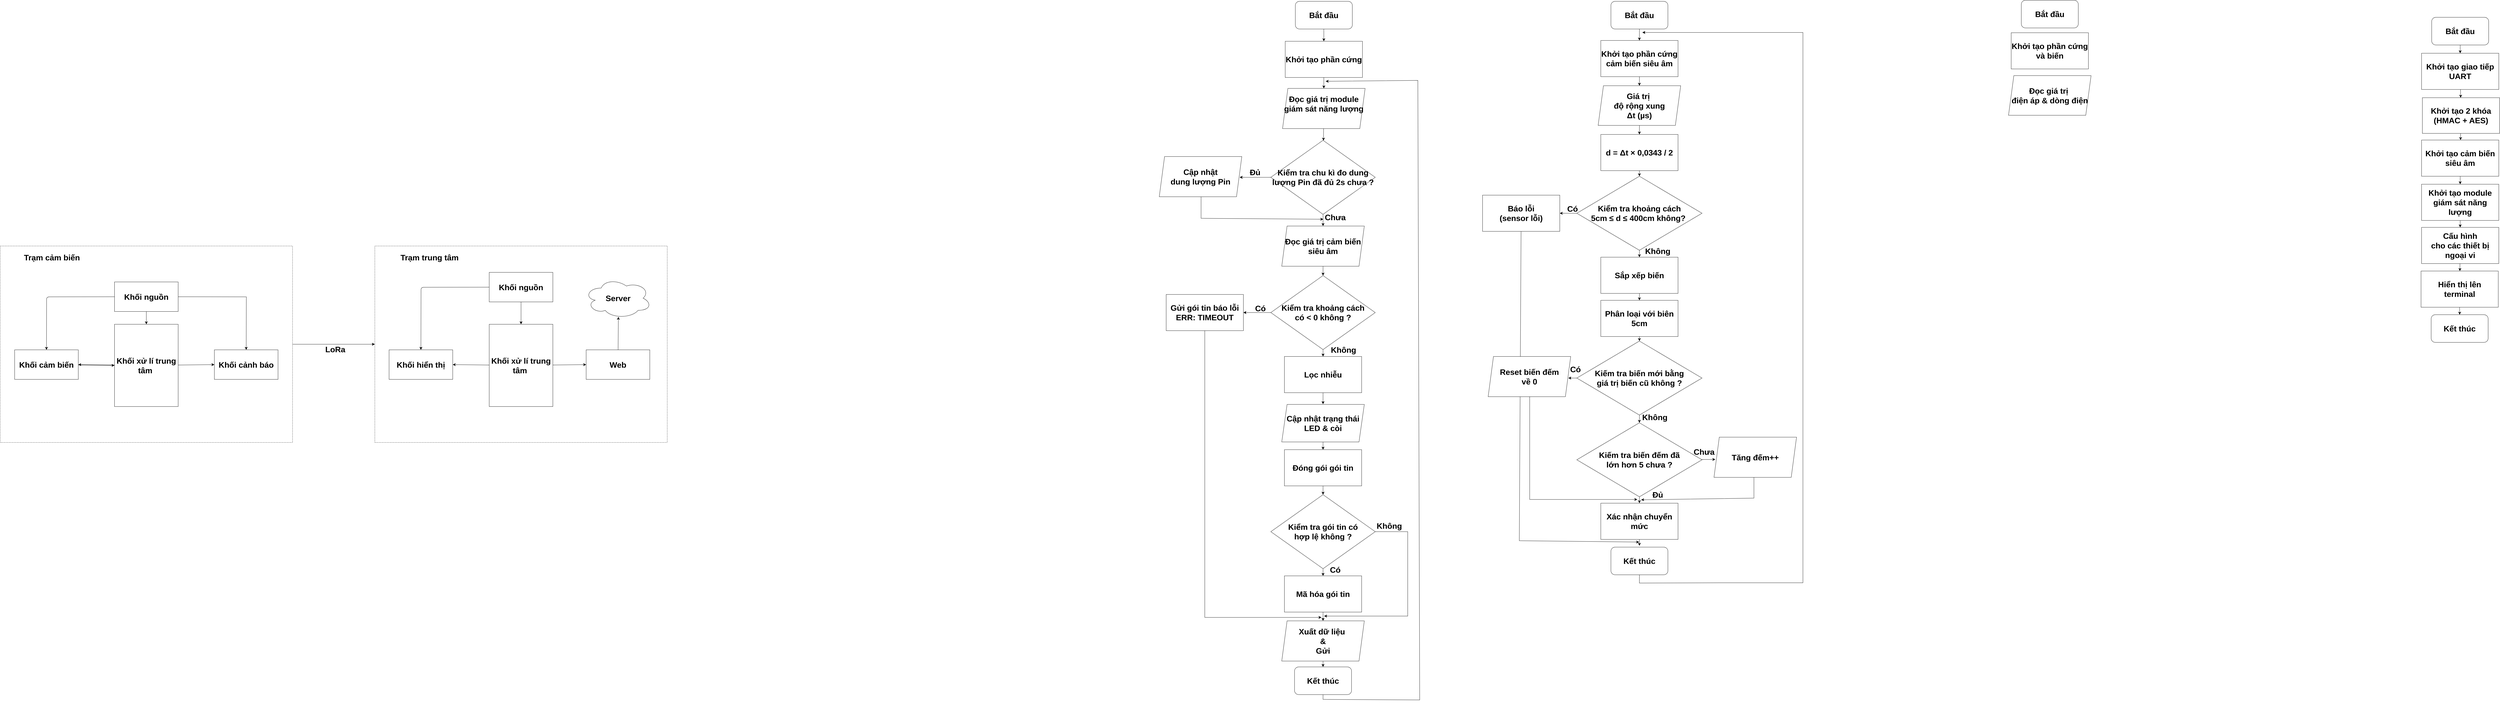
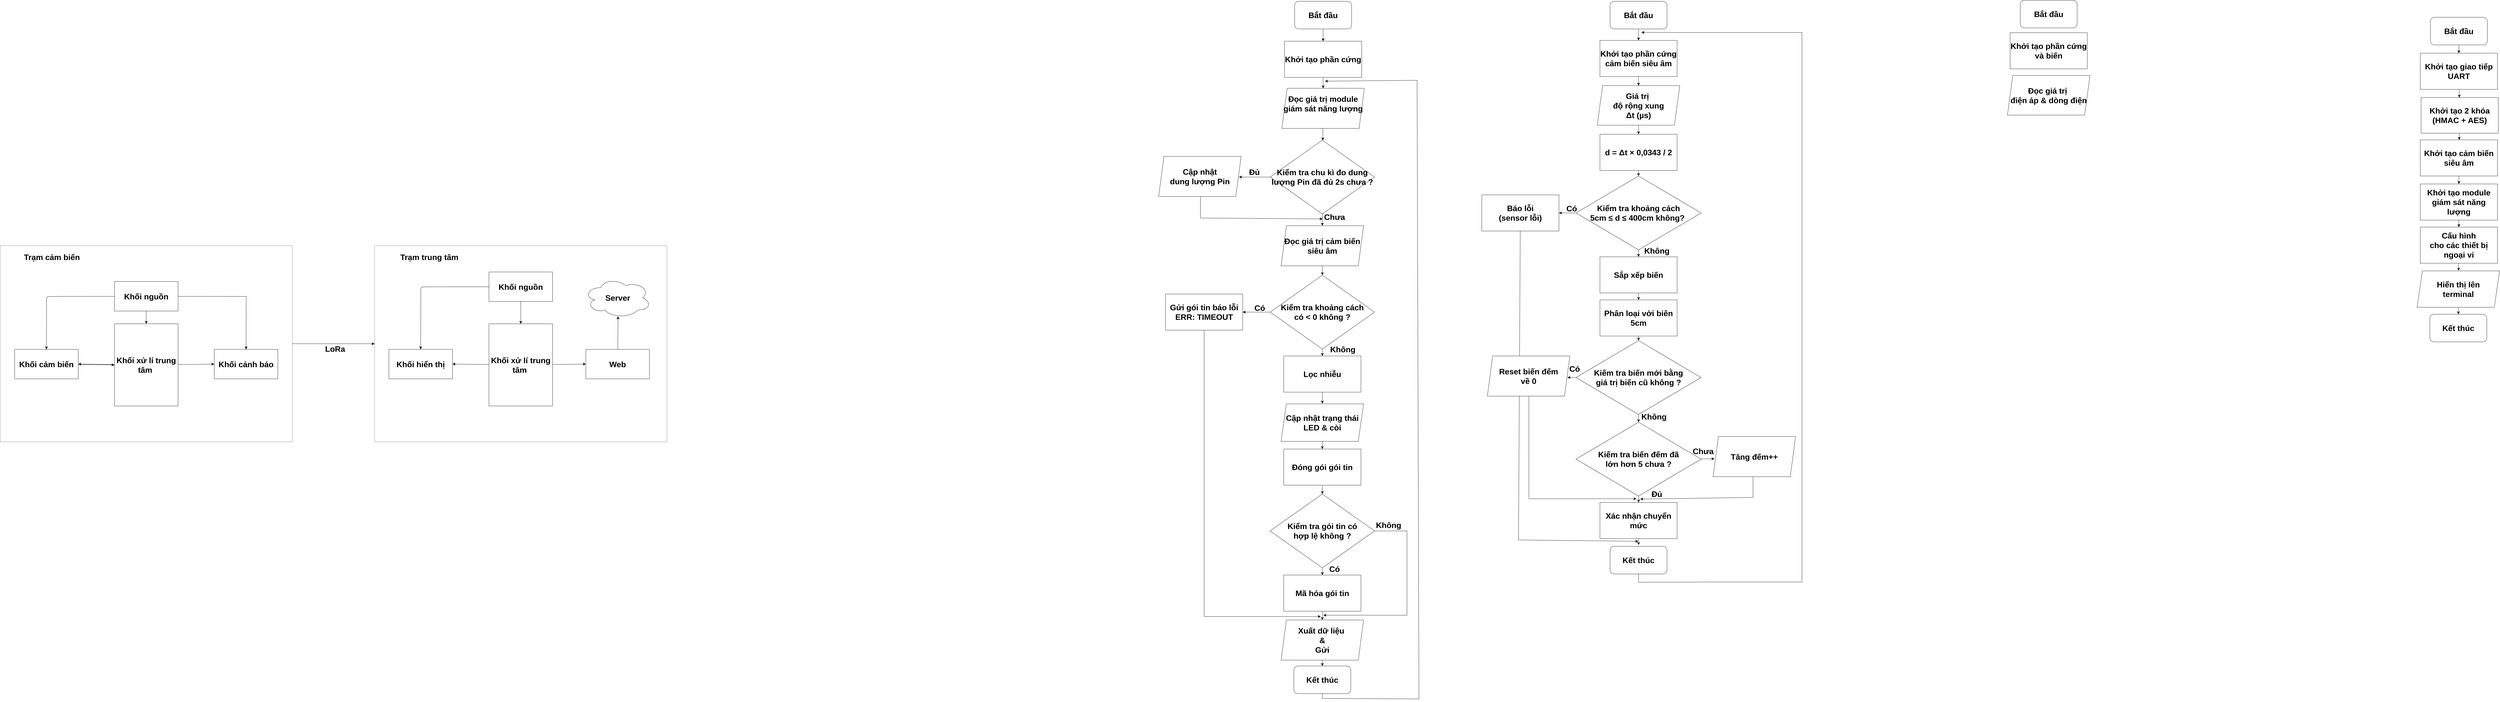
<mxfile host="app.diagrams.net">
  <diagram name="Page-1" id="Xzzm8pSJ2Ty5PO-fjyCe">
-     <mxGraphModel dx="2571" dy="1445" grid="0" gridSize="10" guides="1" tooltips="1" connect="1" arrows="1" fold="1" page="1" pageScale="1" pageWidth="4681" pageHeight="3300" math="0" shadow="0">
+     <mxGraphModel dx="1885" dy="1060" grid="0" gridSize="10" guides="1" tooltips="1" connect="1" arrows="1" fold="1" page="1" pageScale="1" pageWidth="4681" pageHeight="3300" math="0" shadow="0">
      <root>
        <mxCell id="0" />
        <mxCell id="1" parent="0" />
        <mxCell id="aMmJWWC9FcH2sZLkuJds-26" parent="1" style="rounded=0;whiteSpace=wrap;html=1;dashed=1;fontStyle=1;fontSize=30;" value="" vertex="1">
          <mxGeometry height="738" width="1098" x="1887.5" y="1122" as="geometry" />
        </mxCell>
        <mxCell id="aMmJWWC9FcH2sZLkuJds-31" edge="1" parent="1" source="aMmJWWC9FcH2sZLkuJds-25" style="edgeStyle=none;curved=1;rounded=0;orthogonalLoop=1;jettySize=auto;html=1;entryX=0;entryY=0.5;entryDx=0;entryDy=0;fontSize=30;startSize=8;endSize=8;fontStyle=1" target="aMmJWWC9FcH2sZLkuJds-26">
          <mxGeometry relative="1" as="geometry" />
        </mxCell>
        <mxCell id="aMmJWWC9FcH2sZLkuJds-25" parent="1" style="rounded=0;whiteSpace=wrap;html=1;dashed=1;fontStyle=1;fontSize=30;" value="" vertex="1">
          <mxGeometry height="738" width="1098" x="480.5" y="1122" as="geometry" />
        </mxCell>
        <mxCell id="aMmJWWC9FcH2sZLkuJds-12" edge="1" parent="1" source="aMmJWWC9FcH2sZLkuJds-1" style="edgeStyle=none;curved=1;rounded=0;orthogonalLoop=1;jettySize=auto;html=1;entryX=0;entryY=0.5;entryDx=0;entryDy=0;fontSize=30;startSize=8;endSize=8;fontStyle=1" target="aMmJWWC9FcH2sZLkuJds-5">
          <mxGeometry relative="1" as="geometry" />
        </mxCell>
        <mxCell id="aMmJWWC9FcH2sZLkuJds-13" edge="1" parent="1" source="aMmJWWC9FcH2sZLkuJds-1" style="edgeStyle=none;curved=1;rounded=0;orthogonalLoop=1;jettySize=auto;html=1;entryX=1;entryY=0.5;entryDx=0;entryDy=0;fontSize=30;startSize=8;endSize=8;fontStyle=1" target="aMmJWWC9FcH2sZLkuJds-4">
          <mxGeometry relative="1" as="geometry" />
        </mxCell>
        <mxCell id="aMmJWWC9FcH2sZLkuJds-1" parent="1" style="rounded=0;whiteSpace=wrap;html=1;fontStyle=1;fontSize=30;" value="&lt;font&gt;Khối xử lí trung tâm&amp;nbsp;&lt;/font&gt;" vertex="1">
          <mxGeometry height="309" width="239" x="910" y="1416" as="geometry" />
        </mxCell>
        <mxCell id="aMmJWWC9FcH2sZLkuJds-8" edge="1" parent="1" source="aMmJWWC9FcH2sZLkuJds-2" style="edgeStyle=none;curved=0;rounded=1;orthogonalLoop=1;jettySize=auto;html=1;entryX=0.5;entryY=0;entryDx=0;entryDy=0;fontSize=30;startSize=8;endSize=8;fontStyle=1" target="aMmJWWC9FcH2sZLkuJds-4">
          <mxGeometry relative="1" as="geometry">
            <Array as="points">
              <mxPoint x="655" y="1313" />
            </Array>
          </mxGeometry>
        </mxCell>
        <mxCell id="aMmJWWC9FcH2sZLkuJds-9" edge="1" parent="1" source="aMmJWWC9FcH2sZLkuJds-2" style="edgeStyle=none;curved=1;rounded=0;orthogonalLoop=1;jettySize=auto;html=1;entryX=0.5;entryY=0;entryDx=0;entryDy=0;fontSize=30;startSize=8;endSize=8;fontStyle=1" target="aMmJWWC9FcH2sZLkuJds-1">
          <mxGeometry relative="1" as="geometry" />
        </mxCell>
        <mxCell id="aMmJWWC9FcH2sZLkuJds-10" edge="1" parent="1" source="aMmJWWC9FcH2sZLkuJds-2" style="edgeStyle=none;curved=0;rounded=0;orthogonalLoop=1;jettySize=auto;html=1;entryX=0.5;entryY=0;entryDx=0;entryDy=0;fontSize=30;startSize=8;endSize=8;fontStyle=1" target="aMmJWWC9FcH2sZLkuJds-5">
          <mxGeometry relative="1" as="geometry">
            <Array as="points">
              <mxPoint x="1405" y="1313" />
            </Array>
          </mxGeometry>
        </mxCell>
        <mxCell id="aMmJWWC9FcH2sZLkuJds-2" parent="1" style="rounded=0;whiteSpace=wrap;html=1;fontStyle=1;fontSize=30;" value="&lt;font&gt;Khối nguồn&lt;/font&gt;" vertex="1">
          <mxGeometry height="111" width="239" x="910" y="1257" as="geometry" />
        </mxCell>
        <mxCell id="aMmJWWC9FcH2sZLkuJds-11" edge="1" parent="1" source="aMmJWWC9FcH2sZLkuJds-4" style="edgeStyle=none;curved=1;rounded=0;orthogonalLoop=1;jettySize=auto;html=1;entryX=0;entryY=0.5;entryDx=0;entryDy=0;fontSize=30;startSize=8;endSize=8;fontStyle=1" target="aMmJWWC9FcH2sZLkuJds-1">
          <mxGeometry relative="1" as="geometry" />
        </mxCell>
        <mxCell id="aMmJWWC9FcH2sZLkuJds-4" parent="1" style="rounded=0;whiteSpace=wrap;html=1;fontStyle=1;fontSize=30;" value="&lt;font&gt;Khối cảm biến&lt;/font&gt;" vertex="1">
          <mxGeometry height="111" width="239" x="535" y="1512" as="geometry" />
        </mxCell>
        <mxCell id="aMmJWWC9FcH2sZLkuJds-5" parent="1" style="rounded=0;whiteSpace=wrap;html=1;fontStyle=1;fontSize=30;" value="&lt;font&gt;Khối cảnh báo&lt;/font&gt;" vertex="1">
          <mxGeometry height="111" width="239" x="1285" y="1512" as="geometry" />
        </mxCell>
        <mxCell id="aMmJWWC9FcH2sZLkuJds-19" edge="1" parent="1" source="aMmJWWC9FcH2sZLkuJds-14" style="edgeStyle=none;curved=1;rounded=0;orthogonalLoop=1;jettySize=auto;html=1;entryX=1;entryY=0.5;entryDx=0;entryDy=0;fontSize=30;startSize=8;endSize=8;fontStyle=1" target="aMmJWWC9FcH2sZLkuJds-16">
          <mxGeometry relative="1" as="geometry" />
        </mxCell>
        <mxCell id="aMmJWWC9FcH2sZLkuJds-20" edge="1" parent="1" source="aMmJWWC9FcH2sZLkuJds-14" style="edgeStyle=none;curved=1;rounded=0;orthogonalLoop=1;jettySize=auto;html=1;entryX=0;entryY=0.5;entryDx=0;entryDy=0;fontSize=30;startSize=8;endSize=8;fontStyle=1" target="aMmJWWC9FcH2sZLkuJds-18">
          <mxGeometry relative="1" as="geometry" />
        </mxCell>
        <mxCell id="aMmJWWC9FcH2sZLkuJds-14" parent="1" style="rounded=0;whiteSpace=wrap;html=1;fontStyle=1;fontSize=30;" value="&lt;font&gt;Khối xử lí trung tâm&amp;nbsp;&lt;/font&gt;" vertex="1">
          <mxGeometry height="309" width="239" x="2317" y="1416" as="geometry" />
        </mxCell>
        <mxCell id="aMmJWWC9FcH2sZLkuJds-21" edge="1" parent="1" source="aMmJWWC9FcH2sZLkuJds-15" style="edgeStyle=none;curved=1;rounded=0;orthogonalLoop=1;jettySize=auto;html=1;entryX=0.5;entryY=0;entryDx=0;entryDy=0;fontSize=30;startSize=8;endSize=8;fontStyle=1" target="aMmJWWC9FcH2sZLkuJds-14">
          <mxGeometry relative="1" as="geometry" />
        </mxCell>
        <mxCell id="aMmJWWC9FcH2sZLkuJds-22" edge="1" parent="1" source="aMmJWWC9FcH2sZLkuJds-15" style="edgeStyle=none;curved=0;rounded=1;orthogonalLoop=1;jettySize=auto;html=1;entryX=0.5;entryY=0;entryDx=0;entryDy=0;fontSize=30;startSize=8;endSize=8;fontStyle=1" target="aMmJWWC9FcH2sZLkuJds-16">
          <mxGeometry relative="1" as="geometry">
            <Array as="points">
              <mxPoint x="2061" y="1277" />
            </Array>
          </mxGeometry>
        </mxCell>
        <mxCell id="aMmJWWC9FcH2sZLkuJds-15" parent="1" style="rounded=0;whiteSpace=wrap;html=1;fontStyle=1;fontSize=30;" value="&lt;font&gt;Khối nguồn&lt;/font&gt;" vertex="1">
          <mxGeometry height="111" width="239" x="2317" y="1221" as="geometry" />
        </mxCell>
        <mxCell id="aMmJWWC9FcH2sZLkuJds-16" parent="1" style="rounded=0;whiteSpace=wrap;html=1;fontStyle=1;fontSize=30;" value="&lt;font&gt;Khối hiển thị&lt;/font&gt;" vertex="1">
          <mxGeometry height="111" width="239" x="1941" y="1512" as="geometry" />
        </mxCell>
        <mxCell id="aMmJWWC9FcH2sZLkuJds-18" parent="1" style="rounded=0;whiteSpace=wrap;html=1;fontStyle=1;fontSize=30;" value="&lt;span&gt;Web&lt;/span&gt;" vertex="1">
          <mxGeometry height="111" width="239" x="2681" y="1512" as="geometry" />
        </mxCell>
        <mxCell id="aMmJWWC9FcH2sZLkuJds-23" parent="1" style="ellipse;shape=cloud;whiteSpace=wrap;html=1;fontStyle=1;fontSize=30;" value="&lt;span&gt;Server&lt;/span&gt;" vertex="1">
          <mxGeometry height="152" width="252" x="2674.5" y="1242" as="geometry" />
        </mxCell>
        <mxCell id="aMmJWWC9FcH2sZLkuJds-24" edge="1" parent="1" source="aMmJWWC9FcH2sZLkuJds-18" style="edgeStyle=none;curved=1;rounded=0;orthogonalLoop=1;jettySize=auto;html=1;entryX=0.506;entryY=0.961;entryDx=0;entryDy=0;entryPerimeter=0;fontSize=30;startSize=8;endSize=8;fontStyle=1" target="aMmJWWC9FcH2sZLkuJds-23">
          <mxGeometry relative="1" as="geometry" />
        </mxCell>
        <mxCell id="aMmJWWC9FcH2sZLkuJds-27" parent="1" style="text;html=1;whiteSpace=wrap;strokeColor=none;fillColor=none;align=center;verticalAlign=middle;rounded=0;fontSize=30;fontStyle=1" value="Trạm cảm biến" vertex="1">
          <mxGeometry height="30" width="332" x="509" y="1150" as="geometry" />
        </mxCell>
        <mxCell id="aMmJWWC9FcH2sZLkuJds-28" parent="1" style="text;html=1;whiteSpace=wrap;strokeColor=none;fillColor=none;align=center;verticalAlign=middle;rounded=0;fontSize=30;fontStyle=1" value="Trạm trung tâm" vertex="1">
          <mxGeometry height="30" width="332" x="1927" y="1150" as="geometry" />
        </mxCell>
        <mxCell id="aMmJWWC9FcH2sZLkuJds-32" parent="1" style="text;html=1;whiteSpace=wrap;strokeColor=none;fillColor=none;align=center;verticalAlign=middle;rounded=0;fontSize=30;fontStyle=1" value="LoRa" vertex="1">
          <mxGeometry height="30" width="332" x="1573" y="1495" as="geometry" />
        </mxCell>
        <mxCell id="dHOnNA1qFKyTxo9gN7e2-32" edge="1" parent="1" source="dHOnNA1qFKyTxo9gN7e2-2" style="edgeStyle=none;curved=1;rounded=0;orthogonalLoop=1;jettySize=auto;html=1;fontSize=30;startSize=8;endSize=8;fontStyle=1" target="dHOnNA1qFKyTxo9gN7e2-3" value="">
          <mxGeometry relative="1" as="geometry" />
        </mxCell>
        <mxCell id="dHOnNA1qFKyTxo9gN7e2-2" parent="1" style="rounded=1;whiteSpace=wrap;html=1;fontStyle=1;fontSize=30;" value="&lt;font&gt;Bắt đầu&lt;/font&gt;" vertex="1">
          <mxGeometry height="104" width="214" x="5344" y="203" as="geometry" />
        </mxCell>
        <mxCell id="dHOnNA1qFKyTxo9gN7e2-33" edge="1" parent="1" source="dHOnNA1qFKyTxo9gN7e2-3" style="edgeStyle=none;curved=1;rounded=0;orthogonalLoop=1;jettySize=auto;html=1;fontSize=30;startSize=8;endSize=8;fontStyle=1" target="dHOnNA1qFKyTxo9gN7e2-4" value="">
          <mxGeometry relative="1" as="geometry" />
        </mxCell>
        <mxCell id="dHOnNA1qFKyTxo9gN7e2-3" parent="1" style="rounded=0;whiteSpace=wrap;html=1;fontStyle=1;fontSize=30;" value="&lt;font&gt;Khởi tạo phần cứng&lt;/font&gt;" vertex="1">
          <mxGeometry height="136" width="290" x="5306" y="353" as="geometry" />
        </mxCell>
        <mxCell id="dHOnNA1qFKyTxo9gN7e2-6" edge="1" parent="1" source="dHOnNA1qFKyTxo9gN7e2-4" style="edgeStyle=none;curved=1;rounded=0;orthogonalLoop=1;jettySize=auto;html=1;fontSize=30;startSize=8;endSize=8;fontStyle=1" target="dHOnNA1qFKyTxo9gN7e2-5" value="">
          <mxGeometry relative="1" as="geometry" />
        </mxCell>
        <mxCell id="dHOnNA1qFKyTxo9gN7e2-4" parent="1" style="shape=parallelogram;perimeter=parallelogramPerimeter;whiteSpace=wrap;html=1;fixedSize=1;fontStyle=1;fontSize=30;" value="&lt;font&gt;Đọc giá trị module giám sát năng lượng&lt;/font&gt;&lt;div&gt;&lt;font&gt;&lt;br&gt;&lt;/font&gt;&lt;/div&gt;" vertex="1">
          <mxGeometry height="151" width="310" x="5296" y="530" as="geometry" />
        </mxCell>
        <mxCell id="dHOnNA1qFKyTxo9gN7e2-8" edge="1" parent="1" source="dHOnNA1qFKyTxo9gN7e2-5" style="edgeStyle=none;curved=1;rounded=0;orthogonalLoop=1;jettySize=auto;html=1;fontSize=30;startSize=8;endSize=8;fontStyle=1" target="dHOnNA1qFKyTxo9gN7e2-7" value="">
          <mxGeometry relative="1" as="geometry" />
        </mxCell>
        <mxCell id="dHOnNA1qFKyTxo9gN7e2-19" edge="1" parent="1" source="dHOnNA1qFKyTxo9gN7e2-5" style="edgeStyle=none;curved=1;rounded=0;orthogonalLoop=1;jettySize=auto;html=1;fontSize=30;startSize=8;endSize=8;fontStyle=1" value="">
          <mxGeometry relative="1" as="geometry">
            <mxPoint x="5135" y="864.0000000000005" as="targetPoint" />
          </mxGeometry>
        </mxCell>
        <mxCell id="dHOnNA1qFKyTxo9gN7e2-29" edge="1" parent="1" source="dHOnNA1qFKyTxo9gN7e2-5" style="edgeStyle=none;curved=1;rounded=0;orthogonalLoop=1;jettySize=auto;html=1;fontSize=30;startSize=8;endSize=8;fontStyle=1" value="">
          <mxGeometry relative="1" as="geometry">
            <mxPoint x="5135" y="864.0000000000005" as="targetPoint" />
          </mxGeometry>
        </mxCell>
        <mxCell id="dHOnNA1qFKyTxo9gN7e2-5" parent="1" style="rhombus;whiteSpace=wrap;html=1;fontStyle=1;fontSize=30;" value="&lt;font&gt;Kiểm tra chu kì đo dung lượng Pin đã đủ 2s chưa ?&lt;/font&gt;" vertex="1">
          <mxGeometry height="278" width="392" x="5252" y="725" as="geometry" />
        </mxCell>
        <mxCell id="dHOnNA1qFKyTxo9gN7e2-22" edge="1" parent="1" source="dHOnNA1qFKyTxo9gN7e2-7" style="edgeStyle=none;curved=1;rounded=0;orthogonalLoop=1;jettySize=auto;html=1;fontSize=30;startSize=8;endSize=8;fontStyle=1" target="dHOnNA1qFKyTxo9gN7e2-9" value="">
          <mxGeometry relative="1" as="geometry" />
        </mxCell>
        <mxCell id="dHOnNA1qFKyTxo9gN7e2-7" parent="1" style="shape=parallelogram;perimeter=parallelogramPerimeter;whiteSpace=wrap;html=1;fixedSize=1;fontStyle=1;fontSize=30;" value="&lt;span&gt;Đọc giá trị cảm biến siêu âm&lt;/span&gt;" vertex="1">
          <mxGeometry height="151" width="310" x="5293" y="1047" as="geometry" />
        </mxCell>
        <mxCell id="dHOnNA1qFKyTxo9gN7e2-23" edge="1" parent="1" source="dHOnNA1qFKyTxo9gN7e2-9" style="edgeStyle=none;curved=1;rounded=0;orthogonalLoop=1;jettySize=auto;html=1;fontSize=30;startSize=8;endSize=8;fontStyle=1" target="dHOnNA1qFKyTxo9gN7e2-10" value="">
          <mxGeometry relative="1" as="geometry" />
        </mxCell>
        <mxCell id="dHOnNA1qFKyTxo9gN7e2-35" edge="1" parent="1" source="dHOnNA1qFKyTxo9gN7e2-9" style="edgeStyle=none;curved=1;rounded=0;orthogonalLoop=1;jettySize=auto;html=1;fontSize=30;startSize=8;endSize=8;fontStyle=1" target="dHOnNA1qFKyTxo9gN7e2-34" value="">
          <mxGeometry relative="1" as="geometry" />
        </mxCell>
        <mxCell id="dHOnNA1qFKyTxo9gN7e2-9" parent="1" style="rhombus;whiteSpace=wrap;html=1;fontStyle=1;fontSize=30;" value="&lt;font&gt;Kiểm tra khoảng cách&lt;br&gt;có &amp;lt; 0 không ?&lt;/font&gt;" vertex="1">
          <mxGeometry height="278" width="392" x="5252" y="1233" as="geometry" />
        </mxCell>
        <mxCell id="dHOnNA1qFKyTxo9gN7e2-24" edge="1" parent="1" source="dHOnNA1qFKyTxo9gN7e2-10" style="edgeStyle=none;curved=1;rounded=0;orthogonalLoop=1;jettySize=auto;html=1;fontSize=30;startSize=8;endSize=8;fontStyle=1" value="">
          <mxGeometry relative="1" as="geometry">
            <mxPoint x="5448.000000000001" y="1716" as="targetPoint" />
          </mxGeometry>
        </mxCell>
        <mxCell id="dHOnNA1qFKyTxo9gN7e2-10" parent="1" style="rounded=0;whiteSpace=wrap;html=1;fontStyle=1;fontSize=30;" value="&lt;font&gt;Lọc nhiễu&lt;/font&gt;" vertex="1">
          <mxGeometry height="136" width="290" x="5303" y="1537" as="geometry" />
        </mxCell>
        <mxCell id="dHOnNA1qFKyTxo9gN7e2-25" edge="1" parent="1" style="edgeStyle=none;curved=1;rounded=0;orthogonalLoop=1;jettySize=auto;html=1;fontSize=30;startSize=8;endSize=8;fontStyle=1" target="dHOnNA1qFKyTxo9gN7e2-13" value="">
          <mxGeometry relative="1" as="geometry">
            <mxPoint x="5448.000000000001" y="1852" as="sourcePoint" />
          </mxGeometry>
        </mxCell>
        <mxCell id="dHOnNA1qFKyTxo9gN7e2-26" edge="1" parent="1" source="dHOnNA1qFKyTxo9gN7e2-13" style="edgeStyle=none;curved=1;rounded=0;orthogonalLoop=1;jettySize=auto;html=1;fontSize=30;startSize=8;endSize=8;fontStyle=1" target="dHOnNA1qFKyTxo9gN7e2-14" value="">
          <mxGeometry relative="1" as="geometry" />
        </mxCell>
        <mxCell id="dHOnNA1qFKyTxo9gN7e2-13" parent="1" style="rounded=0;whiteSpace=wrap;html=1;fontStyle=1;fontSize=30;" value="&lt;span&gt;Đóng gói gói tin&lt;/span&gt;" vertex="1">
          <mxGeometry height="136" width="290" x="5303" y="1887" as="geometry" />
        </mxCell>
        <mxCell id="dHOnNA1qFKyTxo9gN7e2-27" edge="1" parent="1" source="dHOnNA1qFKyTxo9gN7e2-14" style="edgeStyle=none;curved=1;rounded=0;orthogonalLoop=1;jettySize=auto;html=1;fontSize=30;startSize=8;endSize=8;fontStyle=1" target="dHOnNA1qFKyTxo9gN7e2-15" value="">
          <mxGeometry relative="1" as="geometry" />
        </mxCell>
        <mxCell id="dHOnNA1qFKyTxo9gN7e2-41" edge="1" parent="1" source="dHOnNA1qFKyTxo9gN7e2-14" style="edgeStyle=none;curved=0;rounded=0;orthogonalLoop=1;jettySize=auto;html=1;fontSize=30;startSize=8;endSize=8;fontStyle=1" value="">
          <mxGeometry relative="1" as="geometry">
            <Array as="points">
              <mxPoint x="5766" y="2195" />
              <mxPoint x="5766" y="2512" />
            </Array>
            <mxPoint x="5452" y="2512" as="targetPoint" />
          </mxGeometry>
        </mxCell>
        <mxCell id="dHOnNA1qFKyTxo9gN7e2-14" parent="1" style="rhombus;whiteSpace=wrap;html=1;fontStyle=1;fontSize=30;" value="&lt;span&gt;Kiểm tra gói tin có&lt;/span&gt;&lt;div&gt;&lt;span&gt;hợp lệ không ?&lt;/span&gt;&lt;/div&gt;" vertex="1">
          <mxGeometry height="278" width="392" x="5252" y="2056" as="geometry" />
        </mxCell>
        <mxCell id="dHOnNA1qFKyTxo9gN7e2-28" edge="1" parent="1" source="dHOnNA1qFKyTxo9gN7e2-15" style="edgeStyle=none;curved=1;rounded=0;orthogonalLoop=1;jettySize=auto;html=1;fontSize=30;startSize=8;endSize=8;fontStyle=1" value="">
          <mxGeometry relative="1" as="geometry">
            <mxPoint x="5448" y="2530" as="targetPoint" />
          </mxGeometry>
        </mxCell>
        <mxCell id="dHOnNA1qFKyTxo9gN7e2-15" parent="1" style="rounded=0;whiteSpace=wrap;html=1;fontStyle=1;fontSize=30;" value="&lt;span&gt;Mã hóa gói tin&lt;/span&gt;" vertex="1">
          <mxGeometry height="136" width="290" x="5303" y="2361" as="geometry" />
        </mxCell>
        <mxCell id="dHOnNA1qFKyTxo9gN7e2-42" edge="1" parent="1" source="dHOnNA1qFKyTxo9gN7e2-105" style="edgeStyle=none;curved=0;rounded=0;orthogonalLoop=1;jettySize=auto;html=1;fontSize=30;startSize=8;endSize=8;fontStyle=1;exitX=0.5;exitY=1;exitDx=0;exitDy=0;">
          <mxGeometry relative="1" as="geometry">
            <Array as="points">
              <mxPoint x="5448" y="2825" />
              <mxPoint x="5811" y="2827" />
              <mxPoint x="5804" y="500" />
            </Array>
            <mxPoint x="5448" y="2666" as="sourcePoint" />
            <mxPoint x="5458" y="503.3333333333335" as="targetPoint" />
          </mxGeometry>
        </mxCell>
        <mxCell id="dHOnNA1qFKyTxo9gN7e2-21" edge="1" parent="1" style="edgeStyle=none;curved=0;rounded=0;orthogonalLoop=1;jettySize=auto;html=1;fontSize=30;startSize=8;endSize=8;fontStyle=1">
          <mxGeometry relative="1" as="geometry">
            <Array as="points">
              <mxPoint x="4990" y="1018" />
            </Array>
            <mxPoint x="4990" y="932" as="sourcePoint" />
            <mxPoint x="5448.941176470588" y="1021.4705882352941" as="targetPoint" />
          </mxGeometry>
        </mxCell>
        <mxCell id="dHOnNA1qFKyTxo9gN7e2-30" parent="1" style="text;html=1;whiteSpace=wrap;strokeColor=none;fillColor=none;align=center;verticalAlign=middle;rounded=0;fontSize=30;fontStyle=1" value="Đủ" vertex="1">
          <mxGeometry height="30" width="60" x="5163" y="830" as="geometry" />
        </mxCell>
        <mxCell id="dHOnNA1qFKyTxo9gN7e2-31" parent="1" style="text;html=1;whiteSpace=wrap;strokeColor=none;fillColor=none;align=center;verticalAlign=middle;rounded=0;fontSize=30;fontStyle=1" value="&lt;font&gt;Chưa&lt;/font&gt;" vertex="1">
          <mxGeometry height="30" width="60" x="5464" y="999" as="geometry" />
        </mxCell>
        <mxCell id="dHOnNA1qFKyTxo9gN7e2-36" edge="1" parent="1" source="dHOnNA1qFKyTxo9gN7e2-34" style="edgeStyle=none;curved=0;rounded=0;orthogonalLoop=1;jettySize=auto;html=1;fontSize=30;startSize=8;endSize=8;fontStyle=1">
          <mxGeometry relative="1" as="geometry">
            <Array as="points">
              <mxPoint x="5004" y="2517" />
            </Array>
            <mxPoint x="5442" y="2517" as="targetPoint" />
          </mxGeometry>
        </mxCell>
        <mxCell id="dHOnNA1qFKyTxo9gN7e2-34" parent="1" style="rounded=0;whiteSpace=wrap;html=1;fontStyle=1;fontSize=30;" value="&lt;span&gt;Gửi gói tin báo lỗi&lt;/span&gt;&lt;div&gt;&lt;span&gt;ERR: TIMEOUT&lt;/span&gt;&lt;/div&gt;" vertex="1">
          <mxGeometry height="136" width="290" x="4859" y="1304" as="geometry" />
        </mxCell>
        <mxCell id="dHOnNA1qFKyTxo9gN7e2-37" parent="1" style="text;html=1;whiteSpace=wrap;strokeColor=none;fillColor=none;align=center;verticalAlign=middle;rounded=0;fontSize=30;fontStyle=1" value="Có" vertex="1">
          <mxGeometry height="30" width="60" x="5183" y="1341" as="geometry" />
        </mxCell>
        <mxCell id="dHOnNA1qFKyTxo9gN7e2-38" parent="1" style="text;html=1;whiteSpace=wrap;strokeColor=none;fillColor=none;align=center;verticalAlign=middle;rounded=0;fontSize=30;fontStyle=1" value="&lt;span&gt;Không&lt;/span&gt;" vertex="1">
          <mxGeometry height="30" width="60" x="5495" y="1497" as="geometry" />
        </mxCell>
        <mxCell id="dHOnNA1qFKyTxo9gN7e2-43" parent="1" style="text;html=1;whiteSpace=wrap;strokeColor=none;fillColor=none;align=center;verticalAlign=middle;rounded=0;fontSize=30;fontStyle=1" value="Có" vertex="1">
          <mxGeometry height="30" width="60" x="5464" y="2323" as="geometry" />
        </mxCell>
        <mxCell id="dHOnNA1qFKyTxo9gN7e2-44" parent="1" style="text;html=1;whiteSpace=wrap;strokeColor=none;fillColor=none;align=center;verticalAlign=middle;rounded=0;fontSize=30;fontStyle=1" value="&lt;span&gt;Không&lt;/span&gt;" vertex="1">
          <mxGeometry height="30" width="60" x="5667" y="2158" as="geometry" />
        </mxCell>
        <mxCell id="dHOnNA1qFKyTxo9gN7e2-69" edge="1" parent="1" source="dHOnNA1qFKyTxo9gN7e2-47" style="edgeStyle=none;curved=1;rounded=0;orthogonalLoop=1;jettySize=auto;html=1;fontSize=12;startSize=8;endSize=8;" target="dHOnNA1qFKyTxo9gN7e2-53" value="">
          <mxGeometry relative="1" as="geometry" />
        </mxCell>
        <mxCell id="dHOnNA1qFKyTxo9gN7e2-47" parent="1" style="rounded=1;whiteSpace=wrap;html=1;fontStyle=1;fontSize=30;" value="&lt;font&gt;Bắt đầu&lt;/font&gt;" vertex="1">
          <mxGeometry height="104" width="214" x="6529" y="203" as="geometry" />
        </mxCell>
        <mxCell id="dHOnNA1qFKyTxo9gN7e2-71" edge="1" parent="1" source="dHOnNA1qFKyTxo9gN7e2-49" style="edgeStyle=none;curved=1;rounded=0;orthogonalLoop=1;jettySize=auto;html=1;fontSize=12;startSize=8;endSize=8;" target="dHOnNA1qFKyTxo9gN7e2-50" value="">
          <mxGeometry relative="1" as="geometry" />
        </mxCell>
        <mxCell id="dHOnNA1qFKyTxo9gN7e2-49" parent="1" style="shape=parallelogram;perimeter=parallelogramPerimeter;whiteSpace=wrap;html=1;fixedSize=1;fontStyle=1;fontSize=30;" value="&lt;div&gt;&lt;font&gt;Giá trị&amp;nbsp;&lt;/font&gt;&lt;/div&gt;&lt;div&gt;&lt;font&gt;độ rộng xung&lt;/font&gt;&lt;/div&gt;&lt;div&gt;&lt;font&gt;&lt;span style=&quot;background-color: transparent; color: light-dark(rgb(0, 0, 0), rgb(255, 255, 255));&quot;&gt;Δt&lt;/span&gt;&amp;nbsp;(µs)&lt;/font&gt;&lt;/div&gt;" vertex="1">
          <mxGeometry height="149" width="310" x="6481" y="520" as="geometry" />
        </mxCell>
        <mxCell id="dHOnNA1qFKyTxo9gN7e2-72" edge="1" parent="1" source="dHOnNA1qFKyTxo9gN7e2-50" style="edgeStyle=none;curved=1;rounded=0;orthogonalLoop=1;jettySize=auto;html=1;fontSize=12;startSize=8;endSize=8;" target="dHOnNA1qFKyTxo9gN7e2-55" value="">
          <mxGeometry relative="1" as="geometry" />
        </mxCell>
        <mxCell id="dHOnNA1qFKyTxo9gN7e2-50" parent="1" style="rounded=0;whiteSpace=wrap;html=1;fontStyle=1;fontSize=30;" value="&lt;font&gt;d = Δt × 0,0343 / 2&lt;/font&gt;" vertex="1">
          <mxGeometry height="136" width="290" x="6491" y="703" as="geometry" />
        </mxCell>
        <mxCell id="dHOnNA1qFKyTxo9gN7e2-70" edge="1" parent="1" source="dHOnNA1qFKyTxo9gN7e2-53" style="edgeStyle=none;curved=1;rounded=0;orthogonalLoop=1;jettySize=auto;html=1;fontSize=12;startSize=8;endSize=8;" target="dHOnNA1qFKyTxo9gN7e2-49" value="">
          <mxGeometry relative="1" as="geometry" />
        </mxCell>
        <mxCell id="dHOnNA1qFKyTxo9gN7e2-53" parent="1" style="rounded=0;whiteSpace=wrap;html=1;fontStyle=1;fontSize=30;" value="&lt;font&gt;Khởi tạo phần cứng&lt;/font&gt;&lt;div&gt;&lt;font&gt;cảm biến siêu âm&lt;/font&gt;&lt;/div&gt;" vertex="1">
          <mxGeometry height="136" width="290" x="6491" y="350" as="geometry" />
        </mxCell>
        <mxCell id="dHOnNA1qFKyTxo9gN7e2-73" edge="1" parent="1" source="dHOnNA1qFKyTxo9gN7e2-55" style="edgeStyle=none;curved=1;rounded=0;orthogonalLoop=1;jettySize=auto;html=1;fontSize=12;startSize=8;endSize=8;" target="dHOnNA1qFKyTxo9gN7e2-57" value="">
          <mxGeometry relative="1" as="geometry" />
        </mxCell>
        <mxCell id="dHOnNA1qFKyTxo9gN7e2-74" edge="1" parent="1" source="dHOnNA1qFKyTxo9gN7e2-55" style="edgeStyle=none;curved=1;rounded=0;orthogonalLoop=1;jettySize=auto;html=1;fontSize=12;startSize=8;endSize=8;" target="dHOnNA1qFKyTxo9gN7e2-58" value="">
          <mxGeometry relative="1" as="geometry" />
        </mxCell>
        <mxCell id="dHOnNA1qFKyTxo9gN7e2-55" parent="1" style="rhombus;whiteSpace=wrap;html=1;fontStyle=1;fontSize=30;" value="&lt;font&gt;Kiểm tra khoảng cách&lt;/font&gt;&lt;div&gt;&lt;font&gt;5cm ≤ d&amp;nbsp;≤ 400cm không?&amp;nbsp;&lt;/font&gt;&lt;/div&gt;" vertex="1">
          <mxGeometry height="278" width="470" x="6401" y="860" as="geometry" />
        </mxCell>
        <mxCell id="dHOnNA1qFKyTxo9gN7e2-84" edge="1" parent="1" source="dHOnNA1qFKyTxo9gN7e2-57" style="edgeStyle=none;curved=0;rounded=0;orthogonalLoop=1;jettySize=auto;html=1;fontSize=12;startSize=8;endSize=8;">
          <mxGeometry relative="1" as="geometry">
            <Array as="points">
              <mxPoint x="6185" y="2229" />
            </Array>
            <mxPoint x="6635" y="2234" as="targetPoint" />
          </mxGeometry>
        </mxCell>
        <mxCell id="dHOnNA1qFKyTxo9gN7e2-57" parent="1" style="rounded=0;whiteSpace=wrap;html=1;fontStyle=1;fontSize=30;" value="&lt;font&gt;Báo lỗi&lt;/font&gt;&lt;div&gt;(sensor lỗi)&lt;/div&gt;" vertex="1">
          <mxGeometry height="136" width="290" x="6047" y="931" as="geometry" />
        </mxCell>
        <mxCell id="dHOnNA1qFKyTxo9gN7e2-75" edge="1" parent="1" source="dHOnNA1qFKyTxo9gN7e2-58" style="edgeStyle=none;curved=1;rounded=0;orthogonalLoop=1;jettySize=auto;html=1;fontSize=12;startSize=8;endSize=8;" target="dHOnNA1qFKyTxo9gN7e2-59" value="">
          <mxGeometry relative="1" as="geometry" />
        </mxCell>
        <mxCell id="dHOnNA1qFKyTxo9gN7e2-58" parent="1" style="rounded=0;whiteSpace=wrap;html=1;fontStyle=1;fontSize=30;" value="Sắp xếp biến" vertex="1">
          <mxGeometry height="136" width="290" x="6491" y="1164" as="geometry" />
        </mxCell>
        <mxCell id="dHOnNA1qFKyTxo9gN7e2-76" edge="1" parent="1" source="dHOnNA1qFKyTxo9gN7e2-59" style="edgeStyle=none;curved=1;rounded=0;orthogonalLoop=1;jettySize=auto;html=1;fontSize=12;startSize=8;endSize=8;" target="dHOnNA1qFKyTxo9gN7e2-61" value="">
          <mxGeometry relative="1" as="geometry" />
        </mxCell>
        <mxCell id="dHOnNA1qFKyTxo9gN7e2-59" parent="1" style="rounded=0;whiteSpace=wrap;html=1;fontStyle=1;fontSize=30;" value="Phân loại với biên&lt;div&gt;5cm&lt;/div&gt;" vertex="1">
          <mxGeometry height="136" width="290" x="6491" y="1326" as="geometry" />
        </mxCell>
        <mxCell id="dHOnNA1qFKyTxo9gN7e2-77" edge="1" parent="1" source="dHOnNA1qFKyTxo9gN7e2-61" style="edgeStyle=none;curved=1;rounded=0;orthogonalLoop=1;jettySize=auto;html=1;fontSize=12;startSize=8;endSize=8;" value="">
          <mxGeometry relative="1" as="geometry">
            <mxPoint x="6369" y="1618.0000000000005" as="targetPoint" />
          </mxGeometry>
        </mxCell>
        <mxCell id="dHOnNA1qFKyTxo9gN7e2-78" edge="1" parent="1" source="dHOnNA1qFKyTxo9gN7e2-61" style="edgeStyle=none;curved=1;rounded=0;orthogonalLoop=1;jettySize=auto;html=1;fontSize=12;startSize=8;endSize=8;" target="dHOnNA1qFKyTxo9gN7e2-64" value="">
          <mxGeometry relative="1" as="geometry" />
        </mxCell>
        <mxCell id="dHOnNA1qFKyTxo9gN7e2-61" parent="1" style="rhombus;whiteSpace=wrap;html=1;fontStyle=1;fontSize=30;" value="Kiếm tra biến mới bằng&lt;div&gt;giá trị biến cũ không ?&lt;/div&gt;" vertex="1">
          <mxGeometry height="278" width="470" x="6401" y="1479" as="geometry" />
        </mxCell>
        <mxCell id="dHOnNA1qFKyTxo9gN7e2-83" edge="1" parent="1" style="edgeStyle=none;curved=0;rounded=0;orthogonalLoop=1;jettySize=auto;html=1;fontSize=12;startSize=8;endSize=8;">
          <mxGeometry relative="1" as="geometry">
            <Array as="points">
              <mxPoint x="6224" y="2074" />
            </Array>
            <mxPoint x="6224" y="1686" as="sourcePoint" />
            <mxPoint x="6628" y="2074" as="targetPoint" />
          </mxGeometry>
        </mxCell>
        <mxCell id="dHOnNA1qFKyTxo9gN7e2-79" edge="1" parent="1" source="dHOnNA1qFKyTxo9gN7e2-64" style="edgeStyle=none;curved=1;rounded=0;orthogonalLoop=1;jettySize=auto;html=1;fontSize=12;startSize=8;endSize=8;" value="">
          <mxGeometry relative="1" as="geometry">
            <mxPoint x="6921" y="1923.6744186046512" as="targetPoint" />
          </mxGeometry>
        </mxCell>
        <mxCell id="dHOnNA1qFKyTxo9gN7e2-80" edge="1" parent="1" source="dHOnNA1qFKyTxo9gN7e2-64" style="edgeStyle=none;curved=1;rounded=0;orthogonalLoop=1;jettySize=auto;html=1;fontSize=12;startSize=8;endSize=8;" target="dHOnNA1qFKyTxo9gN7e2-67" value="">
          <mxGeometry relative="1" as="geometry" />
        </mxCell>
        <mxCell id="dHOnNA1qFKyTxo9gN7e2-64" parent="1" style="rhombus;whiteSpace=wrap;html=1;fontStyle=1;fontSize=30;" value="Kiếm tra biến đếm đã&lt;div&gt;lớn hơn 5 chưa ?&lt;/div&gt;" vertex="1">
          <mxGeometry height="278" width="470" x="6401" y="1786" as="geometry" />
        </mxCell>
        <mxCell id="dHOnNA1qFKyTxo9gN7e2-85" edge="1" parent="1" style="edgeStyle=none;curved=0;rounded=0;orthogonalLoop=1;jettySize=auto;html=1;fontSize=12;startSize=8;endSize=8;">
          <mxGeometry relative="1" as="geometry">
            <Array as="points">
              <mxPoint x="7066" y="2069" />
            </Array>
            <mxPoint x="7066" y="1991" as="sourcePoint" />
            <mxPoint x="6642.444444444443" y="2075.222222222222" as="targetPoint" />
          </mxGeometry>
        </mxCell>
        <mxCell id="dHOnNA1qFKyTxo9gN7e2-81" edge="1" parent="1" source="dHOnNA1qFKyTxo9gN7e2-67" style="edgeStyle=none;curved=1;rounded=0;orthogonalLoop=1;jettySize=auto;html=1;fontSize=12;startSize=8;endSize=8;" value="">
          <mxGeometry relative="1" as="geometry">
            <mxPoint x="6636" y="2248" as="targetPoint" />
          </mxGeometry>
        </mxCell>
        <mxCell id="dHOnNA1qFKyTxo9gN7e2-67" parent="1" style="rounded=0;whiteSpace=wrap;html=1;fontStyle=1;fontSize=30;" value="Xác nhận chuyển&lt;div&gt;mức&lt;/div&gt;" vertex="1">
          <mxGeometry height="136" width="290" x="6491" y="2088" as="geometry" />
        </mxCell>
        <mxCell id="dHOnNA1qFKyTxo9gN7e2-82" edge="1" parent="1" source="dHOnNA1qFKyTxo9gN7e2-104" style="edgeStyle=none;curved=0;rounded=0;orthogonalLoop=1;jettySize=auto;html=1;fontSize=12;startSize=8;endSize=8;exitX=0.5;exitY=1;exitDx=0;exitDy=0;">
          <mxGeometry relative="1" as="geometry">
            <Array as="points">
              <mxPoint x="6636" y="2388" />
              <mxPoint x="6935" y="2387" />
              <mxPoint x="7250" y="2387" />
              <mxPoint x="7250" y="320" />
            </Array>
            <mxPoint x="6636" y="2384" as="sourcePoint" />
            <mxPoint x="6647" y="320" as="targetPoint" />
          </mxGeometry>
        </mxCell>
        <mxCell id="dHOnNA1qFKyTxo9gN7e2-86" parent="1" style="text;html=1;whiteSpace=wrap;strokeColor=none;fillColor=none;align=center;verticalAlign=middle;rounded=0;fontSize=30;fontStyle=1" value="Có" vertex="1">
          <mxGeometry height="30" width="60" x="6355" y="967" as="geometry" />
        </mxCell>
        <mxCell id="dHOnNA1qFKyTxo9gN7e2-87" parent="1" style="text;html=1;whiteSpace=wrap;strokeColor=none;fillColor=none;align=center;verticalAlign=middle;rounded=0;fontSize=30;fontStyle=1" value="&lt;span&gt;Không&lt;/span&gt;" vertex="1">
          <mxGeometry height="30" width="60" x="6675" y="1126" as="geometry" />
        </mxCell>
        <mxCell id="dHOnNA1qFKyTxo9gN7e2-88" parent="1" style="text;html=1;whiteSpace=wrap;strokeColor=none;fillColor=none;align=center;verticalAlign=middle;rounded=0;fontSize=30;fontStyle=1" value="Có" vertex="1">
          <mxGeometry height="30" width="60" x="6366" y="1570" as="geometry" />
        </mxCell>
        <mxCell id="dHOnNA1qFKyTxo9gN7e2-89" parent="1" style="text;html=1;whiteSpace=wrap;strokeColor=none;fillColor=none;align=center;verticalAlign=middle;rounded=0;fontSize=30;fontStyle=1" value="&lt;span&gt;Không&lt;/span&gt;" vertex="1">
          <mxGeometry height="30" width="60" x="6664" y="1750" as="geometry" />
        </mxCell>
        <mxCell id="dHOnNA1qFKyTxo9gN7e2-90" parent="1" style="text;html=1;whiteSpace=wrap;strokeColor=none;fillColor=none;align=center;verticalAlign=middle;rounded=0;fontSize=30;fontStyle=1" value="Đủ" vertex="1">
          <mxGeometry height="30" width="60" x="6675" y="2041" as="geometry" />
        </mxCell>
        <mxCell id="dHOnNA1qFKyTxo9gN7e2-91" parent="1" style="text;html=1;whiteSpace=wrap;strokeColor=none;fillColor=none;align=center;verticalAlign=middle;rounded=0;fontSize=30;fontStyle=1" value="&lt;font&gt;Chưa&lt;/font&gt;" vertex="1">
          <mxGeometry height="30" width="60" x="6849" y="1880" as="geometry" />
        </mxCell>
        <mxCell id="dHOnNA1qFKyTxo9gN7e2-106" edge="1" parent="1" source="dHOnNA1qFKyTxo9gN7e2-92" style="edgeStyle=none;curved=1;rounded=0;orthogonalLoop=1;jettySize=auto;html=1;fontSize=12;startSize=8;endSize=8;" target="dHOnNA1qFKyTxo9gN7e2-93" value="">
          <mxGeometry relative="1" as="geometry" />
        </mxCell>
        <mxCell id="dHOnNA1qFKyTxo9gN7e2-92" parent="1" style="rounded=1;whiteSpace=wrap;html=1;fontStyle=1;fontSize=30;" value="&lt;font&gt;Bắt đầu&lt;/font&gt;" vertex="1">
          <mxGeometry height="104" width="214" x="9611" y="263" as="geometry" />
        </mxCell>
        <mxCell id="dHOnNA1qFKyTxo9gN7e2-107" edge="1" parent="1" source="dHOnNA1qFKyTxo9gN7e2-93" style="edgeStyle=none;curved=1;rounded=0;orthogonalLoop=1;jettySize=auto;html=1;fontSize=12;startSize=8;endSize=8;" target="dHOnNA1qFKyTxo9gN7e2-94" value="">
          <mxGeometry relative="1" as="geometry" />
        </mxCell>
        <mxCell id="dHOnNA1qFKyTxo9gN7e2-93" parent="1" style="rounded=0;whiteSpace=wrap;html=1;fontStyle=1;fontSize=30;" value="Khởi tạo giao tiếp&lt;div&gt;UART&lt;/div&gt;" vertex="1">
          <mxGeometry height="136" width="290" x="9573" y="398" as="geometry" />
        </mxCell>
        <mxCell id="dHOnNA1qFKyTxo9gN7e2-108" edge="1" parent="1" source="dHOnNA1qFKyTxo9gN7e2-94" style="edgeStyle=none;curved=1;rounded=0;orthogonalLoop=1;jettySize=auto;html=1;fontSize=12;startSize=8;endSize=8;" target="dHOnNA1qFKyTxo9gN7e2-97" value="">
          <mxGeometry relative="1" as="geometry" />
        </mxCell>
        <mxCell id="dHOnNA1qFKyTxo9gN7e2-94" parent="1" style="rounded=0;whiteSpace=wrap;html=1;fontStyle=1;fontSize=30;" value="Khởi tạo 2 khóa&lt;div&gt;(HMAC + AES)&lt;/div&gt;" vertex="1">
          <mxGeometry height="134" width="290" x="9576" y="565" as="geometry" />
        </mxCell>
-         <mxCell id="dHOnNA1qFKyTxo9gN7e2-111" edge="1" parent="1" source="dHOnNA1qFKyTxo9gN7e2-95" style="edgeStyle=none;curved=1;rounded=0;orthogonalLoop=1;jettySize=auto;html=1;fontSize=12;startSize=8;endSize=8;" target="dHOnNA1qFKyTxo9gN7e2-101" value="">
-           <mxGeometry relative="1" as="geometry" />
+         <mxCell id="dHOnNA1qFKyTxo9gN7e2-111" edge="1" parent="1" source="dHOnNA1qFKyTxo9gN7e2-95" style="edgeStyle=none;curved=1;rounded=0;orthogonalLoop=1;jettySize=auto;html=1;fontSize=12;startSize=8;endSize=8;" value="">
+           <mxGeometry relative="1" as="geometry">
+             <mxPoint x="9716.829268292682" y="1216" as="targetPoint" />
+           </mxGeometry>
        </mxCell>
        <mxCell id="dHOnNA1qFKyTxo9gN7e2-95" parent="1" style="rounded=0;whiteSpace=wrap;html=1;fontStyle=1;fontSize=30;" value="Cấu hình&lt;div&gt;cho các thiết bị ngoại vi&lt;/div&gt;" vertex="1">
          <mxGeometry height="136" width="290" x="9573" y="1052" as="geometry" />
        </mxCell>
        <mxCell id="dHOnNA1qFKyTxo9gN7e2-109" edge="1" parent="1" source="dHOnNA1qFKyTxo9gN7e2-97" style="edgeStyle=none;curved=1;rounded=0;orthogonalLoop=1;jettySize=auto;html=1;fontSize=12;startSize=8;endSize=8;" target="dHOnNA1qFKyTxo9gN7e2-98" value="">
          <mxGeometry relative="1" as="geometry" />
        </mxCell>
        <mxCell id="dHOnNA1qFKyTxo9gN7e2-97" parent="1" style="rounded=0;whiteSpace=wrap;html=1;fontStyle=1;fontSize=30;" value="Khởi tạo cảm biến&lt;div&gt;siêu âm&lt;/div&gt;" vertex="1">
          <mxGeometry height="136" width="290" x="9573" y="724" as="geometry" />
        </mxCell>
        <mxCell id="dHOnNA1qFKyTxo9gN7e2-110" edge="1" parent="1" source="dHOnNA1qFKyTxo9gN7e2-98" style="edgeStyle=none;curved=1;rounded=0;orthogonalLoop=1;jettySize=auto;html=1;fontSize=12;startSize=8;endSize=8;" target="dHOnNA1qFKyTxo9gN7e2-95" value="">
          <mxGeometry relative="1" as="geometry" />
        </mxCell>
        <mxCell id="dHOnNA1qFKyTxo9gN7e2-98" parent="1" style="rounded=0;whiteSpace=wrap;html=1;fontStyle=1;fontSize=30;" value="Khởi tạo module&lt;div&gt;giám sát năng lượng&lt;/div&gt;" vertex="1">
          <mxGeometry height="136" width="290" x="9573" y="890" as="geometry" />
        </mxCell>
-         <mxCell id="dHOnNA1qFKyTxo9gN7e2-112" edge="1" parent="1" source="dHOnNA1qFKyTxo9gN7e2-101" style="edgeStyle=none;curved=1;rounded=0;orthogonalLoop=1;jettySize=auto;html=1;fontSize=12;startSize=8;endSize=8;" target="dHOnNA1qFKyTxo9gN7e2-102" value="">
-           <mxGeometry relative="1" as="geometry" />
-         </mxCell>
-         <mxCell id="dHOnNA1qFKyTxo9gN7e2-101" parent="1" style="rounded=0;whiteSpace=wrap;html=1;fontStyle=1;fontSize=30;" value="Hiển thị lên&lt;div&gt;terminal&lt;/div&gt;" vertex="1">
-           <mxGeometry height="136" width="290" x="9571" y="1216" as="geometry" />
+         <mxCell id="dHOnNA1qFKyTxo9gN7e2-112" edge="1" parent="1" style="edgeStyle=none;curved=1;rounded=0;orthogonalLoop=1;jettySize=auto;html=1;fontSize=12;startSize=8;endSize=8;" target="dHOnNA1qFKyTxo9gN7e2-102" value="">
+           <mxGeometry relative="1" as="geometry">
+             <mxPoint x="9716" y="1352" as="sourcePoint" />
+           </mxGeometry>
        </mxCell>
        <mxCell id="dHOnNA1qFKyTxo9gN7e2-102" parent="1" style="rounded=1;whiteSpace=wrap;html=1;fontStyle=1;fontSize=30;" value="&lt;font&gt;Kết thúc&lt;/font&gt;" vertex="1">
          <mxGeometry height="104" width="214" x="9609" y="1380" as="geometry" />
        </mxCell>
        <mxCell id="dHOnNA1qFKyTxo9gN7e2-104" parent="1" style="rounded=1;whiteSpace=wrap;html=1;fontStyle=1;fontSize=30;" value="&lt;font&gt;Kết thúc&lt;/font&gt;" vertex="1">
          <mxGeometry height="104" width="214" x="6529" y="2253" as="geometry" />
        </mxCell>
        <mxCell id="dHOnNA1qFKyTxo9gN7e2-105" parent="1" style="rounded=1;whiteSpace=wrap;html=1;fontStyle=1;fontSize=30;" value="&lt;font&gt;Kết thúc&lt;/font&gt;" vertex="1">
          <mxGeometry height="104" width="214" x="5341" y="2703" as="geometry" />
        </mxCell>
        <mxCell id="dHOnNA1qFKyTxo9gN7e2-113" parent="1" style="rounded=1;whiteSpace=wrap;html=1;fontStyle=1;fontSize=30;" value="&lt;font&gt;Bắt đầu&lt;/font&gt;" vertex="1">
          <mxGeometry height="104" width="214" x="8070" y="199" as="geometry" />
        </mxCell>
        <mxCell id="dHOnNA1qFKyTxo9gN7e2-115" edge="1" parent="1" source="dHOnNA1qFKyTxo9gN7e2-114" style="edgeStyle=none;curved=1;rounded=0;orthogonalLoop=1;jettySize=auto;html=1;fontSize=12;startSize=8;endSize=8;" target="dHOnNA1qFKyTxo9gN7e2-105" value="">
          <mxGeometry relative="1" as="geometry" />
        </mxCell>
        <mxCell id="dHOnNA1qFKyTxo9gN7e2-114" parent="1" style="shape=parallelogram;perimeter=parallelogramPerimeter;whiteSpace=wrap;html=1;fixedSize=1;fontStyle=1;fontSize=30;" value="&lt;span&gt;Xuất dữ liệu&amp;nbsp;&lt;/span&gt;&lt;div&gt;&lt;span&gt;&amp;amp;&lt;/span&gt;&lt;/div&gt;&lt;div&gt;&lt;span&gt;Gửi&lt;/span&gt;&lt;/div&gt;" vertex="1">
          <mxGeometry height="151" width="310" x="5293" y="2530" as="geometry" />
        </mxCell>
        <mxCell id="dHOnNA1qFKyTxo9gN7e2-118" parent="1" style="rounded=0;whiteSpace=wrap;html=1;fontStyle=1;fontSize=30;" value="&lt;font&gt;Khởi tạo phần cứng&lt;/font&gt;&lt;div&gt;và biến&lt;/div&gt;" vertex="1">
          <mxGeometry height="136" width="290" x="8032" y="321" as="geometry" />
        </mxCell>
        <mxCell id="dHOnNA1qFKyTxo9gN7e2-119" parent="1" style="shape=parallelogram;perimeter=parallelogramPerimeter;whiteSpace=wrap;html=1;fixedSize=1;fontStyle=1;fontSize=30;" value="&lt;div&gt;&lt;font&gt;Đọc giá trị&amp;nbsp;&lt;/font&gt;&lt;/div&gt;&lt;div&gt;điện áp &amp;amp; dòng điện&lt;/div&gt;" vertex="1">
          <mxGeometry height="149" width="310" x="8022" y="482" as="geometry" />
        </mxCell>
        <mxCell id="dHOnNA1qFKyTxo9gN7e2-121" parent="1" style="shape=parallelogram;perimeter=parallelogramPerimeter;whiteSpace=wrap;html=1;fixedSize=1;fontStyle=1;fontSize=30;" value="&lt;div&gt;&lt;font&gt;Cập nhật&lt;/font&gt;&lt;/div&gt;&lt;div&gt;dung lượng Pin&lt;/div&gt;" vertex="1">
          <mxGeometry height="151" width="310" x="4833" y="786" as="geometry" />
        </mxCell>
        <mxCell id="dHOnNA1qFKyTxo9gN7e2-122" parent="1" style="shape=parallelogram;perimeter=parallelogramPerimeter;whiteSpace=wrap;html=1;fixedSize=1;fontStyle=1;fontSize=30;" value="&lt;div&gt;&lt;font&gt;Cập nhật trạng thái&lt;br&gt;LED &amp;amp; còi&lt;br&gt;&lt;/font&gt;&lt;/div&gt;" vertex="1">
          <mxGeometry height="141" width="310" x="5293" y="1717" as="geometry" />
        </mxCell>
        <mxCell id="dHOnNA1qFKyTxo9gN7e2-123" parent="1" style="shape=parallelogram;perimeter=parallelogramPerimeter;whiteSpace=wrap;html=1;fixedSize=1;fontStyle=1;fontSize=30;" value="Tăng đếm++" vertex="1">
          <mxGeometry height="151" width="310" x="6916" y="1840" as="geometry" />
        </mxCell>
        <mxCell id="dHOnNA1qFKyTxo9gN7e2-124" parent="1" style="shape=parallelogram;perimeter=parallelogramPerimeter;whiteSpace=wrap;html=1;fixedSize=1;fontStyle=1;fontSize=30;" value="Reset biến đếm&lt;div&gt;về 0&lt;/div&gt;" vertex="1">
          <mxGeometry height="151" width="310" x="6068" y="1537" as="geometry" />
+         </mxCell>
+         <mxCell id="dHOnNA1qFKyTxo9gN7e2-125" parent="1" style="shape=parallelogram;perimeter=parallelogramPerimeter;whiteSpace=wrap;html=1;fixedSize=1;fontStyle=1;fontSize=30;" value="Hiển thị lên&lt;div&gt;terminal&lt;/div&gt;" vertex="1">
+           <mxGeometry height="137" width="310" x="9561" y="1217" as="geometry" />
        </mxCell>
      </root>
    </mxGraphModel>
  </diagram>
</mxfile>
